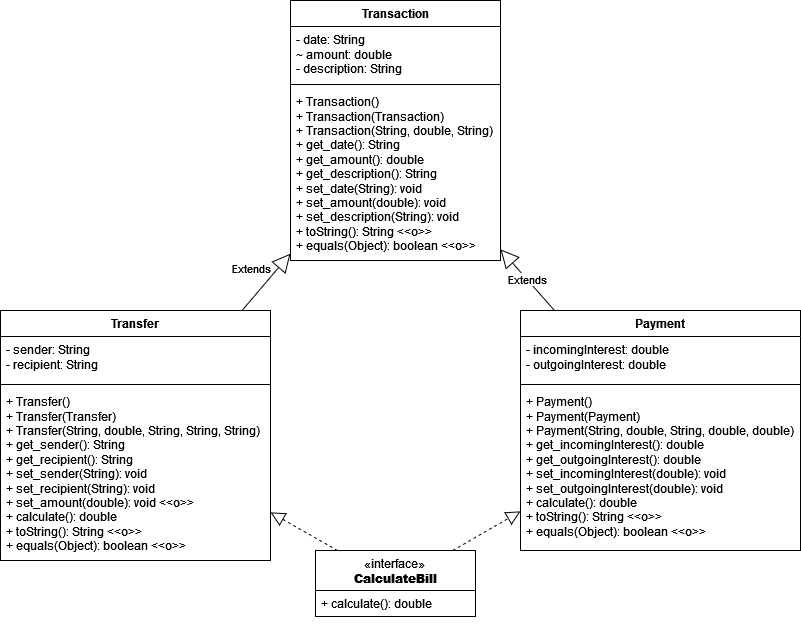
This is P2/P2_UML.png from Philogex/OOS, a draw.io export, as it was before one commit. Source tidied: cells renumbered, new cells last; positions are measured from the earlier drawing's top-left corner, leaving out a move shared by most shapes.
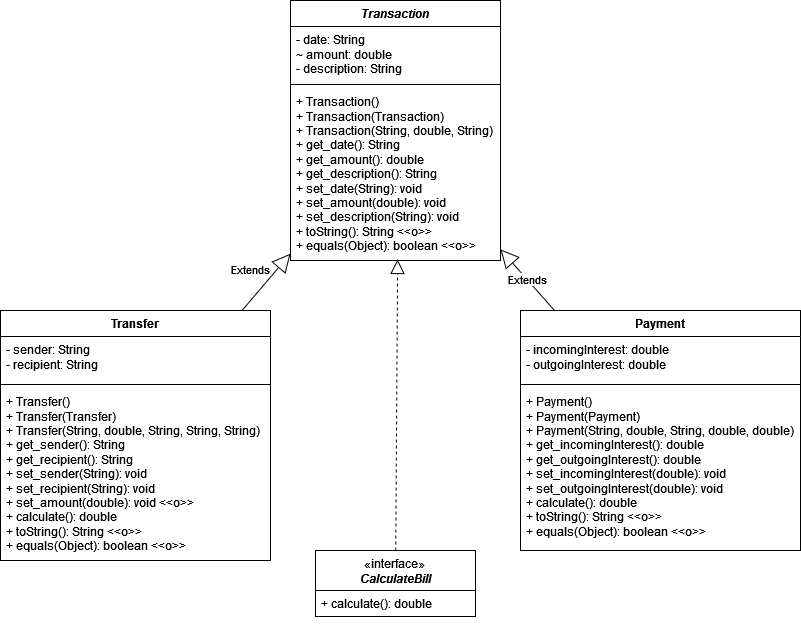
Above is the later version.

Commit message:
adjusted UML diagram to account for previous changes added javadoc for CaclulateBill interface

What changed in the source:
```diff
@@ -26,7 +26,7 @@
     <mxCell id="9" value="&lt;div&gt;+ Payment()&lt;/div&gt;&lt;div&gt;+ Payment(Payment)&lt;/div&gt;&lt;div&gt;+ Payment(String, double, String, double, double)&lt;br&gt; &lt;/div&gt;&lt;div&gt;+ get_incomingInterest(): double&lt;/div&gt;&lt;div&gt;+ get_outgoingInterest(): double&lt;/div&gt;&lt;div&gt;+ set_incomingInterest(double): void&lt;/div&gt;&lt;div&gt;+ set_outgoingInterest(double): void&lt;br&gt;&lt;/div&gt;&lt;div&gt;+ calculate(): double&lt;/div&gt;&lt;div&gt;+ toString(): String &amp;lt;&amp;lt;o&amp;gt;&amp;gt;&lt;br&gt;&lt;/div&gt;&lt;div&gt;+ equals(Object): boolean &amp;lt;&amp;lt;o&amp;gt;&amp;gt;&lt;br&gt;&lt;/div&gt;" style="text;strokeColor=none;fillColor=none;align=left;verticalAlign=top;spacingLeft=4;spacingRight=4;overflow=hidden;whiteSpace=wrap;html=1;" parent="6" vertex="1">
       <mxGeometry y="78" width="280" height="162" as="geometry" />
     </mxCell>
-    <mxCell id="10" value="Transaction" style="swimlane;fontStyle=1;align=center;verticalAlign=top;horizontal=1;startSize=26;whiteSpace=wrap;html=1;" parent="1" vertex="1">
+    <mxCell id="10" value="&lt;i&gt;Transaction&lt;/i&gt;" style="swimlane;fontStyle=1;align=center;verticalAlign=top;horizontal=1;startSize=26;whiteSpace=wrap;html=1;" parent="1" vertex="1">
       <mxGeometry x="290" width="210" height="260" as="geometry" />
     </mxCell>
     <mxCell id="11" value="&lt;div&gt;- date: String&lt;/div&gt;&lt;div&gt;~ amount: double&lt;/div&gt;&lt;div&gt;- description: String&lt;br&gt;&lt;/div&gt;" style="text;strokeColor=none;fillColor=none;align=left;verticalAlign=top;spacingLeft=4;spacingRight=4;overflow=hidden;whiteSpace=wrap;html=1;" parent="10" vertex="1">
@@ -44,16 +44,13 @@
     <mxCell id="15" value="Extends" style="endArrow=block;endSize=16;endFill=0;html=1;rounded=0;" parent="1" edge="1" source="6" target="10">
       <mxGeometry relative="1" as="geometry" />
     </mxCell>
-    <mxCell id="16" value="&lt;span style=&quot;font-weight: normal;&quot;&gt;«interface»&lt;/span&gt;&lt;br&gt;&lt;div&gt;&lt;b&gt;CalculateBill&lt;/b&gt;&lt;/div&gt;&lt;div&gt;&lt;br&gt;&lt;/div&gt;&lt;div&gt;&lt;br&gt;&lt;br&gt;&lt;/div&gt;" style="swimlane;fontStyle=1;align=center;verticalAlign=top;horizontal=1;startSize=40;whiteSpace=wrap;html=1;strokeColor=default;" parent="1" vertex="1">
+    <mxCell id="16" value="&lt;span style=&quot;font-weight: normal;&quot;&gt;«interface»&lt;/span&gt;&lt;br&gt;&lt;div&gt;&lt;b&gt;&lt;i&gt;CalculateBill&lt;/i&gt;&lt;/b&gt;&lt;/div&gt;&lt;div&gt;&lt;br&gt;&lt;/div&gt;&lt;div&gt;&lt;br&gt;&lt;br&gt;&lt;/div&gt;" style="swimlane;fontStyle=1;align=center;verticalAlign=top;horizontal=1;startSize=40;whiteSpace=wrap;html=1;strokeColor=default;" parent="1" vertex="1">
       <mxGeometry x="315" y="550" width="160" height="66" as="geometry" />
     </mxCell>
     <mxCell id="17" value="+ calculate(): double" style="text;strokeColor=none;fillColor=none;align=left;verticalAlign=top;spacingLeft=4;spacingRight=4;overflow=hidden;whiteSpace=wrap;html=1;" parent="16" vertex="1">
       <mxGeometry y="40" width="160" height="26" as="geometry" />
     </mxCell>
-    <mxCell id="18" style="endArrow=block;dashed=1;endFill=0;endSize=12;html=1;rounded=0;" parent="1" edge="1" source="16" target="6">
-      <mxGeometry relative="1" as="geometry" />
-    </mxCell>
-    <mxCell id="19" style="endArrow=block;dashed=1;endFill=0;endSize=12;html=1;rounded=0;" parent="1" edge="1" source="16" target="2">
+    <mxCell id="19" style="endArrow=block;dashed=1;endFill=0;endSize=12;html=1;rounded=0;entryX=0.51;entryY=0.994;entryDx=0;entryDy=0;entryPerimeter=0;" parent="1" edge="1" source="16" target="13">
       <mxGeometry relative="1" as="geometry" />
     </mxCell>
   </root>
```
